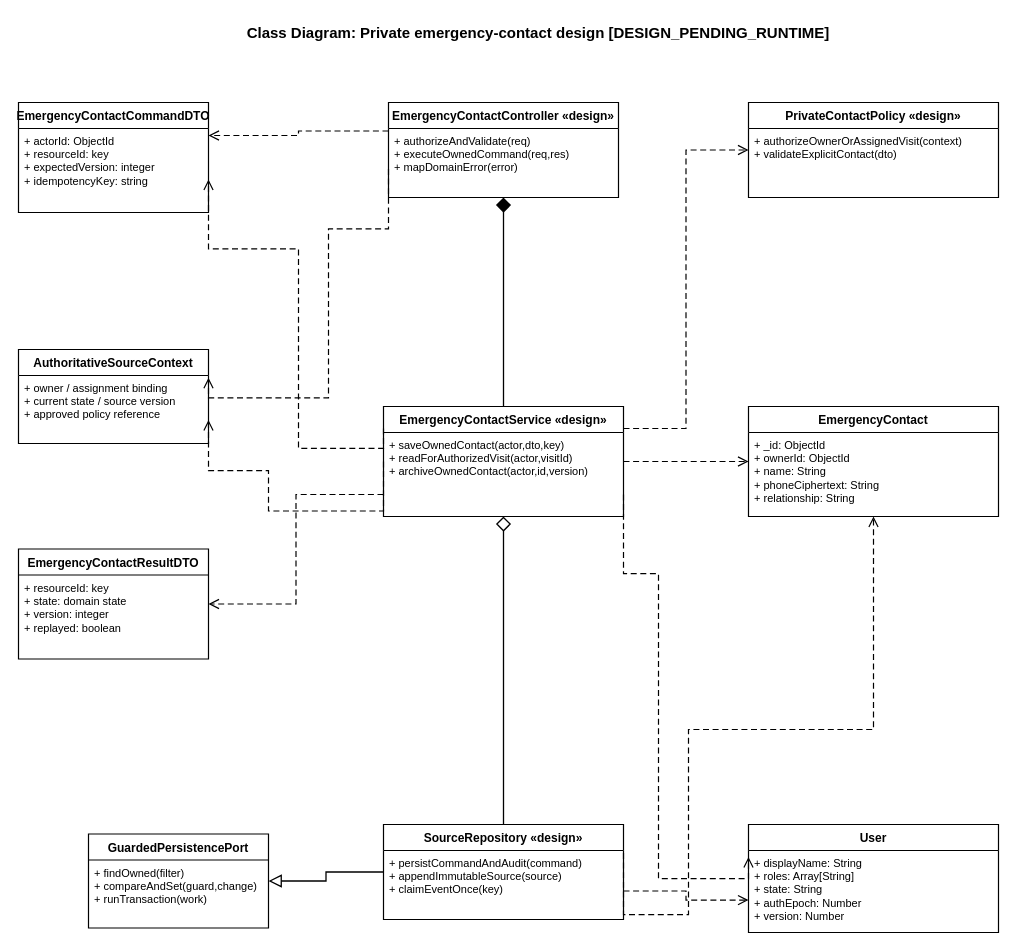
The draw.io diagram page "Private emergency-contact design — DESIGN_PENDING_RUNTIME" (7 of 33) of doc/reports/report4/class-diagrams.drawio in ngocthanhhx7/SEP490_G101_FALL2026, before the edit. Source tidied: cells renumbered, new cells numbered last; positions are measured from the earlier drawing's top-left corner, leaving out a move shared by most shapes. Both pictures are drawn from the tidied source at 100%, with x=0, y=0 at pixel (18, 16).
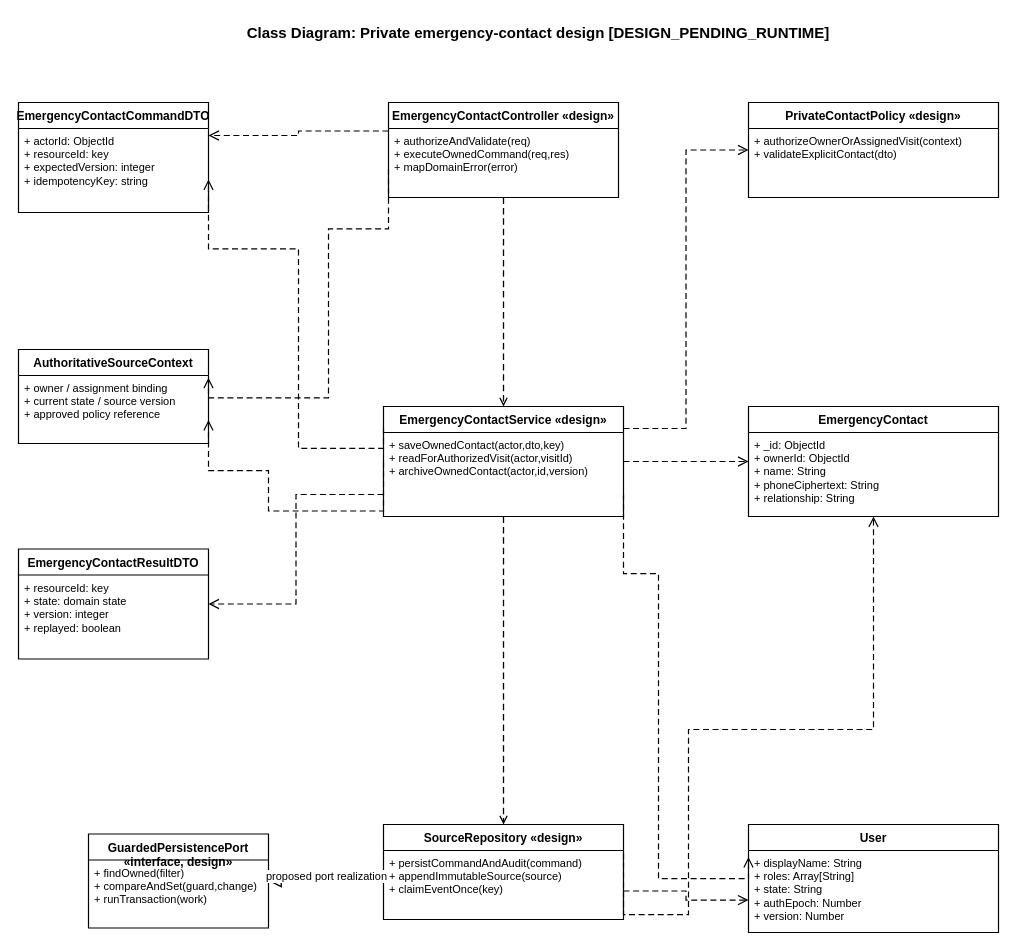
The same page after the edit.

The change refers to these unchanged cells:
```xml
<mxCell id="11" value="EmergencyContactController «design»" style="swimlane;fontStyle=1;align=center;verticalAlign=top;horizontal=1;startSize=26;html=1;whiteSpace=wrap;fillColor=#FFFFFF;strokeColor=#000000;strokeWidth=1.2;" parent="1" vertex="1">
  <mxGeometry x="370" y="86" width="230" height="95" as="geometry" />
</mxCell>
<mxCell id="13" value="EmergencyContactService «design»" style="swimlane;fontStyle=1;align=center;verticalAlign=top;horizontal=1;startSize=26;html=1;whiteSpace=wrap;fillColor=#FFFFFF;strokeColor=#000000;strokeWidth=1.2;" parent="1" vertex="1">
  <mxGeometry x="365" y="390" width="240" height="110" as="geometry" />
</mxCell>
<mxCell id="15" value="SourceRepository «design»" style="swimlane;fontStyle=1;align=center;verticalAlign=top;horizontal=1;startSize=26;html=1;whiteSpace=wrap;fillColor=#FFFFFF;strokeColor=#000000;strokeWidth=1.2;" parent="1" vertex="1">
  <mxGeometry x="365" y="808" width="240" height="95" as="geometry" />
</mxCell>
```

What changed in the source:
```diff
@@
-    <mxCell id="9" value="GuardedPersistencePort" style="swimlane;fontStyle=1;align=center;verticalAlign=top;horizontal=1;startSize=26;html=1;whiteSpace=wrap;fillColor=#FFFFFF;strokeColor=#000000;strokeWidth=1.2;" parent="1" vertex="1">
+    <mxCell id="9" value="GuardedPersistencePort «interface, design»" style="swimlane;fontStyle=1;align=center;verticalAlign=top;horizontal=1;startSize=26;html=1;whiteSpace=wrap;fillColor=#FFFFFF;strokeColor=#000000;strokeWidth=1.2;" parent="1" vertex="1">
       <mxGeometry x="70" y="817.5" width="180" height="94" as="geometry" />
     </mxCell>
@@
-    <mxCell id="23" style="edgeStyle=orthogonalEdgeStyle;rounded=0;jettySize=auto;html=1;startArrow=diamond;startFill=1;startSize=12;endArrow=none;strokeColor=#000000;strokeWidth=1.3;exitX=0.5;exitY=1;exitDx=0;exitDy=0;entryX=0.5;entryY=0;entryDx=0;entryDy=0;" parent="1" edge="1" source="11" target="13">
+    <mxCell id="23" style="edgeStyle=orthogonalEdgeStyle;rounded=0;jettySize=auto;html=1;strokeColor=#000000;strokeWidth=1.3;exitX=0.5;exitY=1;exitDx=0;exitDy=0;entryX=0.5;entryY=0;entryDx=0;entryDy=0;dashed=1;dashPattern=5 3;startArrow=none;endArrow=open;dashed=1;dashPattern=5 3;" parent="1" edge="1" source="11" target="13">
       <mxGeometry relative="1" as="geometry" />
     </mxCell>
-    <mxCell id="24" style="edgeStyle=orthogonalEdgeStyle;rounded=0;jettySize=auto;html=1;startArrow=diamond;startFill=0;startSize=12;endArrow=none;strokeColor=#000000;strokeWidth=1.3;exitX=0.5;exitY=1;exitDx=0;exitDy=0;entryX=0.5;entryY=0;entryDx=0;entryDy=0;" parent="1" edge="1" source="13" target="15">
+    <mxCell id="24" style="edgeStyle=orthogonalEdgeStyle;rounded=0;jettySize=auto;html=1;strokeColor=#000000;strokeWidth=1.3;exitX=0.5;exitY=1;exitDx=0;exitDy=0;entryX=0.5;entryY=0;entryDx=0;entryDy=0;dashed=1;dashPattern=5 3;startArrow=none;endArrow=open;dashed=1;dashPattern=5 3;" parent="1" edge="1" source="13" target="15">
       <mxGeometry relative="1" as="geometry" />
     </mxCell>
-    <mxCell id="25" style="edgeStyle=orthogonalEdgeStyle;rounded=0;jettySize=auto;html=1;endArrow=block;endFill=0;endSize=10;strokeColor=#000000;strokeWidth=1.3;exitX=0;exitY=0.5;exitDx=0;exitDy=0;entryX=1;entryY=0.5;entryDx=0;entryDy=0;" parent="1" edge="1" source="15" target="9">
+    <mxCell id="25" value="proposed port realization" style="edgeStyle=orthogonalEdgeStyle;rounded=0;jettySize=auto;html=1;endArrow=block;endFill=0;endSize=10;strokeColor=#000000;strokeWidth=1.3;exitX=0;exitY=0.5;exitDx=0;exitDy=0;entryX=1;entryY=0.5;entryDx=0;entryDy=0;dashed=1;dashPattern=5 3;dashed=1;dashPattern=5 3;" parent="1" edge="1" source="15" target="9">
       <mxGeometry relative="1" as="geometry" />
     </mxCell>
```
